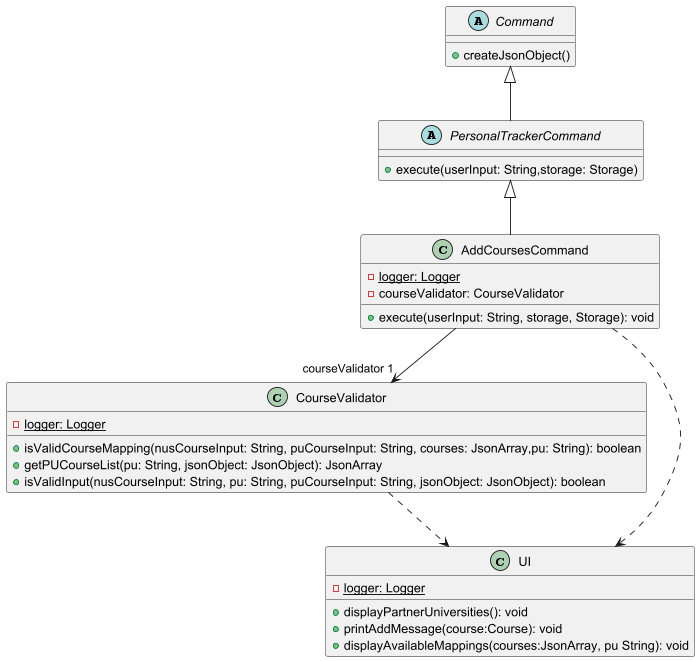
Above: docs/images/CourseValidatorClass.png in nus-cs2113-AY2425S1/tp (PlantUML), before the change.
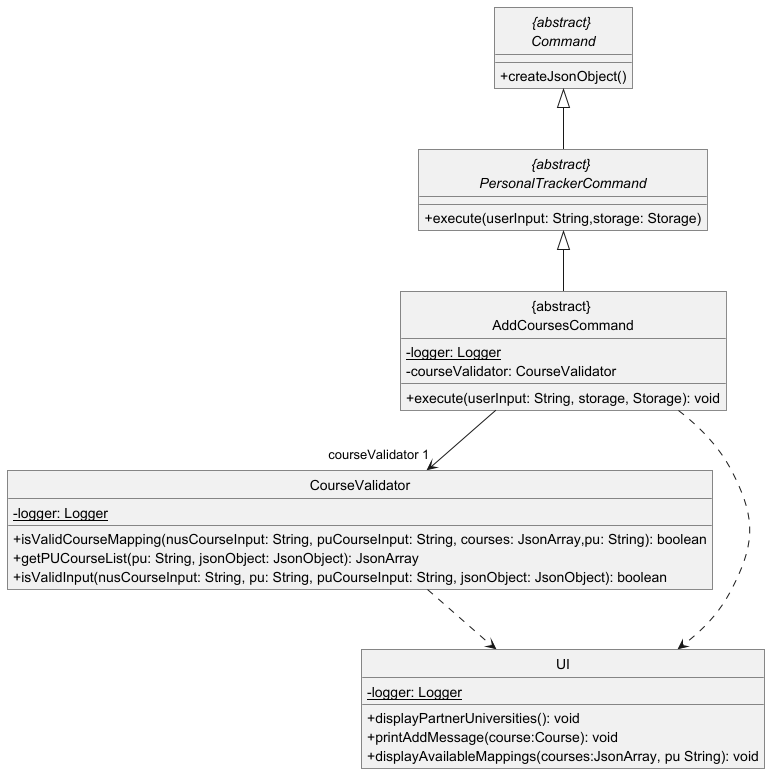
After the commit.

Change to the diagram source:
```diff
@@ -1,4 +1,5 @@
 @startuml
+!include .ClassDiagram.config
 
 class CourseValidator {
     -logger: Logger {static}
@@ -14,17 +15,17 @@
     +displayAvailableMappings(courses:JsonArray, pu String): void
 }
 
-class AddCoursesCommand extends PersonalTrackerCommand {
+class AddCoursesCommand as "{abstract} \nAddCoursesCommand" extends PersonalTrackerCommand {
     -logger: Logger {static}
     -courseValidator: CourseValidator
     +execute(userInput: String, storage, Storage): void
 }
 
-abstract class PersonalTrackerCommand extends Command{
+abstract class PersonalTrackerCommand as "{abstract} \nPersonalTrackerCommand" extends Command{
     +execute(userInput: String,storage: Storage)
 }
 
-abstract class Command{
+abstract class Command as "{abstract} \nCommand"{
     +createJsonObject()
 }
 
```
